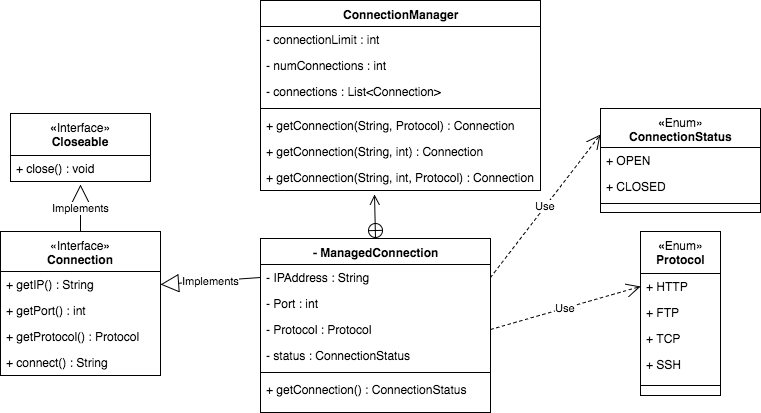
The draw.io diagram Inner_Classes_Lab_Group_UML.png in jasquier/Java-Inner-Classes, before a commit. Source tidied: cells renumbered, new cells last; positions are measured from the earlier drawing's top-left corner, leaving out a move shared by most shapes.
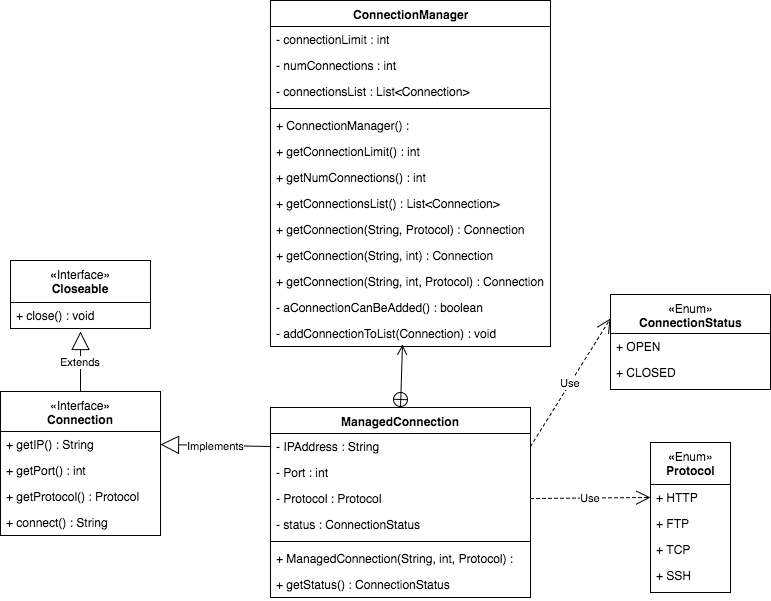
Later version of the same file.

Change to the diagram source:
```diff
@@ -1,9 +1,9 @@
-<mxGraphModel background="#ffffff">
+<mxGraphModel>
   <root>
     <mxCell id="0" />
     <mxCell id="1" parent="0" />
     <mxCell id="2" value="&lt;span style=&quot;font-weight: normal&quot;&gt;«Interface»&lt;/span&gt;&lt;div&gt;Connection&lt;/div&gt;" style="swimlane;html=1;fontStyle=1;align=center;verticalAlign=top;horizontal=1;startSize=40;swimlaneFillColor=#ffffff;" parent="1" vertex="1">
-      <mxGeometry y="231" width="160" height="144" as="geometry" />
+      <mxGeometry x="-10" y="391" width="160" height="144" as="geometry" />
     </mxCell>
     <mxCell id="3" value="+ getIP() : String" style="text;html=1;strokeColor=none;fillColor=none;align=left;verticalAlign=top;spacingLeft=4;spacingRight=4;whiteSpace=wrap;overflow=hidden;points=[[0,0.5],[1,0.5]];portConstraint=eastwest;" parent="2" vertex="1">
       <mxGeometry y="40" width="160" height="26" as="geometry" />
@@ -18,7 +18,7 @@
       <mxGeometry y="118" width="160" height="26" as="geometry" />
     </mxCell>
     <mxCell id="7" value="ConnectionManager" style="swimlane;html=1;fontStyle=1;align=center;verticalAlign=top;horizontal=1;startSize=26;swimlaneFillColor=#ffffff;" parent="1" vertex="1">
-      <mxGeometry x="260" width="280" height="190" as="geometry" />
+      <mxGeometry x="260" width="280" height="346" as="geometry" />
     </mxCell>
     <mxCell id="8" value="- connectionLimit : int" style="text;html=1;strokeColor=none;fillColor=none;align=left;verticalAlign=top;spacingLeft=4;spacingRight=4;whiteSpace=wrap;overflow=hidden;" parent="7" vertex="1">
       <mxGeometry y="26" width="280" height="26" as="geometry" />
@@ -26,50 +26,71 @@
     <mxCell id="9" value="- numConnections : int" style="text;html=1;strokeColor=none;fillColor=none;align=left;verticalAlign=top;spacingLeft=4;spacingRight=4;whiteSpace=wrap;overflow=hidden;" parent="7" vertex="1">
       <mxGeometry y="52" width="280" height="26" as="geometry" />
     </mxCell>
-    <mxCell id="10" value="- connections : List&amp;lt;Connection&amp;gt;" style="text;html=1;strokeColor=none;fillColor=none;align=left;verticalAlign=top;spacingLeft=4;spacingRight=4;whiteSpace=wrap;overflow=hidden;" parent="7" vertex="1">
+    <mxCell id="10" value="- connectionsList : List&amp;lt;Connection&amp;gt;" style="text;html=1;strokeColor=none;fillColor=none;align=left;verticalAlign=top;spacingLeft=4;spacingRight=4;whiteSpace=wrap;overflow=hidden;" parent="7" vertex="1">
       <mxGeometry y="78" width="280" height="26" as="geometry" />
     </mxCell>
     <mxCell id="11" style="line;html=1;strokeWidth=1;fillColor=none;align=left;verticalAlign=middle;spacingTop=-1;spacingLeft=3;spacingRight=3;labelPosition=right;" parent="7" vertex="1">
       <mxGeometry y="104" width="280" height="8" as="geometry" />
     </mxCell>
+    <mxCell id="39" value="+ ConnectionManager() :" style="text;html=1;strokeColor=none;fillColor=none;align=left;verticalAlign=top;spacingLeft=4;spacingRight=4;whiteSpace=wrap;overflow=hidden;" parent="7" vertex="1">
+      <mxGeometry y="112" width="280" height="26" as="geometry" />
+    </mxCell>
+    <mxCell id="40" value="+ getConnectionLimit() : int" style="text;html=1;strokeColor=none;fillColor=none;align=left;verticalAlign=top;spacingLeft=4;spacingRight=4;whiteSpace=wrap;overflow=hidden;" parent="7" vertex="1">
+      <mxGeometry y="138" width="280" height="26" as="geometry" />
+    </mxCell>
+    <mxCell id="41" value="+ getNumConnections() : int" style="text;html=1;strokeColor=none;fillColor=none;align=left;verticalAlign=top;spacingLeft=4;spacingRight=4;whiteSpace=wrap;overflow=hidden;" parent="7" vertex="1">
+      <mxGeometry y="164" width="280" height="26" as="geometry" />
+    </mxCell>
+    <mxCell id="42" value="+ getConnectionsList() : List&amp;lt;Connection&amp;gt;" style="text;html=1;strokeColor=none;fillColor=none;align=left;verticalAlign=top;spacingLeft=4;spacingRight=4;whiteSpace=wrap;overflow=hidden;" parent="7" vertex="1">
+      <mxGeometry y="190" width="280" height="26" as="geometry" />
+    </mxCell>
     <mxCell id="12" value="+ getConnection(String, Protocol) : Connection" style="text;html=1;strokeColor=none;fillColor=none;align=left;verticalAlign=top;spacingLeft=4;spacingRight=4;whiteSpace=wrap;overflow=hidden;" parent="7" vertex="1">
-      <mxGeometry y="112" width="280" height="26" as="geometry" />
+      <mxGeometry y="216" width="280" height="26" as="geometry" />
     </mxCell>
     <mxCell id="13" value="+ getConnection(String, int) : Connection" style="text;html=1;strokeColor=none;fillColor=none;align=left;verticalAlign=top;spacingLeft=4;spacingRight=4;whiteSpace=wrap;overflow=hidden;" parent="7" vertex="1">
-      <mxGeometry y="138" width="280" height="26" as="geometry" />
+      <mxGeometry y="242" width="280" height="26" as="geometry" />
     </mxCell>
     <mxCell id="14" value="+ getConnection(String, int, Protocol) : Connection" style="text;html=1;strokeColor=none;fillColor=none;align=left;verticalAlign=top;spacingLeft=4;spacingRight=4;whiteSpace=wrap;overflow=hidden;points=[[0,0.5],[1,0.5]];portConstraint=eastwest;" parent="7" vertex="1">
-      <mxGeometry y="164" width="280" height="26" as="geometry" />
+      <mxGeometry y="268" width="280" height="26" as="geometry" />
     </mxCell>
+    <mxCell id="43" value="- aConnectionCanBeAdded() : boolean" style="text;html=1;strokeColor=none;fillColor=none;align=left;verticalAlign=top;spacingLeft=4;spacingRight=4;whiteSpace=wrap;overflow=hidden;" parent="7" vertex="1">
+      <mxGeometry y="294" width="280" height="26" as="geometry" />
+    </mxCell>
+    <mxCell id="44" value="- addConnectionToList(Connection) : void" style="text;html=1;strokeColor=none;fillColor=none;align=left;verticalAlign=top;spacingLeft=4;spacingRight=4;whiteSpace=wrap;overflow=hidden;points=[[0,0.5],[1,0.5]];portConstraint=eastwest;" parent="7" vertex="1">
+      <mxGeometry y="320" width="280" height="26" as="geometry" />
+    </mxCell>
-    <mxCell id="15" value="- ManagedConnection" style="swimlane;html=1;fontStyle=1;align=center;verticalAlign=top;horizontal=1;startSize=26;swimlaneFillColor=#ffffff;" parent="1" vertex="1">
-      <mxGeometry x="260" y="238" width="230" height="174" as="geometry" />
+    <mxCell id="15" value="ManagedConnection" style="swimlane;html=1;fontStyle=1;align=center;verticalAlign=top;horizontal=1;startSize=26;swimlaneFillColor=#ffffff;" parent="1" vertex="1">
+      <mxGeometry x="260" y="407" width="260" height="190" as="geometry" />
     </mxCell>
     <mxCell id="16" value="- IPAddress : String" style="text;html=1;strokeColor=none;fillColor=none;align=left;verticalAlign=top;spacingLeft=4;spacingRight=4;whiteSpace=wrap;overflow=hidden;points=[[0,0.5],[1,0.5]];portConstraint=eastwest;" parent="15" vertex="1">
-      <mxGeometry y="26" width="230" height="26" as="geometry" />
+      <mxGeometry y="26" width="260" height="26" as="geometry" />
     </mxCell>
     <mxCell id="17" value="- Port : int" style="text;html=1;strokeColor=none;fillColor=none;align=left;verticalAlign=top;spacingLeft=4;spacingRight=4;whiteSpace=wrap;overflow=hidden;" parent="15" vertex="1">
-      <mxGeometry y="52" width="230" height="26" as="geometry" />
+      <mxGeometry y="52" width="260" height="26" as="geometry" />
     </mxCell>
     <mxCell id="18" value="- Protocol : Protocol" style="text;html=1;strokeColor=none;fillColor=none;align=left;verticalAlign=top;spacingLeft=4;spacingRight=4;whiteSpace=wrap;overflow=hidden;points=[[0,0.5],[1,0.5]];portConstraint=eastwest;" parent="15" vertex="1">
-      <mxGeometry y="78" width="230" height="26" as="geometry" />
+      <mxGeometry y="78" width="260" height="26" as="geometry" />
     </mxCell>
     <mxCell id="19" value="- status : ConnectionStatus" style="text;html=1;strokeColor=none;fillColor=none;align=left;verticalAlign=top;spacingLeft=4;spacingRight=4;whiteSpace=wrap;overflow=hidden;" parent="15" vertex="1">
-      <mxGeometry y="104" width="230" height="26" as="geometry" />
+      <mxGeometry y="104" width="260" height="26" as="geometry" />
     </mxCell>
     <mxCell id="20" style="line;html=1;strokeWidth=1;fillColor=none;align=left;verticalAlign=middle;spacingTop=-1;spacingLeft=3;spacingRight=3;labelPosition=right;" parent="15" vertex="1">
-      <mxGeometry y="130" width="230" height="8" as="geometry" />
+      <mxGeometry y="130" width="260" height="8" as="geometry" />
     </mxCell>
-    <mxCell id="21" value="+ getConnection() : ConnectionStatus" style="text;html=1;strokeColor=none;fillColor=none;align=left;verticalAlign=top;spacingLeft=4;spacingRight=4;whiteSpace=wrap;overflow=hidden;" parent="15" vertex="1">
-      <mxGeometry y="138" width="230" height="26" as="geometry" />
-    </mxCell>
+    <mxCell id="45" value="+ ManagedConnection(String, int, Protocol) :&amp;nbsp;" style="text;html=1;strokeColor=none;fillColor=none;align=left;verticalAlign=top;spacingLeft=4;spacingRight=4;whiteSpace=wrap;overflow=hidden;" parent="15" vertex="1">
+      <mxGeometry y="138" width="260" height="26" as="geometry" />
+    </mxCell>
+    <mxCell id="46" value="+ getStatus() : ConnectionStatus" style="text;html=1;strokeColor=none;fillColor=none;align=left;verticalAlign=top;spacingLeft=4;spacingRight=4;whiteSpace=wrap;overflow=hidden;" parent="15" vertex="1">
+      <mxGeometry y="164" width="260" height="26" as="geometry" />
+    </mxCell>
-    <mxCell id="22" style="endArrow=open;startArrow=circlePlus;endFill=0;startFill=0;endSize=8;html=1;exitX=0.5;exitY=0;entryX=0.407;entryY=1.154;entryPerimeter=0;" parent="1" edge="1" source="15" target="14">
+    <mxCell id="22" style="endArrow=open;startArrow=circlePlus;endFill=0;startFill=0;endSize=8;html=1;exitX=0.5;exitY=0;entryX=0.471;entryY=0.923;entryPerimeter=0;" parent="1" edge="1" source="15" target="44">
       <mxGeometry relative="1" as="geometry" />
     </mxCell>
     <mxCell id="23" value="Implements" style="endArrow=block;endSize=16;endFill=0;html=1;entryX=1;entryY=0.5;exitX=0;exitY=0.5;" parent="1" edge="1" source="16" target="3">
       <mxGeometry relative="1" as="geometry" />
     </mxCell>
     <mxCell id="24" value="«&lt;span style=&quot;font-weight: normal&quot;&gt;Enum»&lt;/span&gt;&lt;div&gt;Protocol&lt;/div&gt;" style="swimlane;html=1;fontStyle=1;align=center;verticalAlign=top;horizontal=1;startSize=42;swimlaneFillColor=#ffffff;" parent="1" vertex="1">
-      <mxGeometry x="640" y="231" width="80" height="164" as="geometry" />
+      <mxGeometry x="640" y="442" width="80" height="150" as="geometry" />
     </mxCell>
     <mxCell id="25" value="+ HTTP" style="text;html=1;strokeColor=none;fillColor=none;align=left;verticalAlign=top;spacingLeft=4;spacingRight=4;whiteSpace=wrap;overflow=hidden;points=[[0,0.5],[1,0.5]];portConstraint=eastwest;" parent="24" vertex="1">
       <mxGeometry y="42" width="80" height="26" as="geometry" />
@@ -83,23 +104,20 @@
     <mxCell id="28" value="+ SSH" style="text;html=1;strokeColor=none;fillColor=none;align=left;verticalAlign=top;spacingLeft=4;spacingRight=4;whiteSpace=wrap;overflow=hidden;" parent="24" vertex="1">
       <mxGeometry y="120" width="80" height="30" as="geometry" />
     </mxCell>
-    <mxCell id="29" style="line;html=1;strokeWidth=1;fillColor=none;align=left;verticalAlign=middle;spacingTop=-1;spacingLeft=3;spacingRight=3;labelPosition=right;" parent="24" vertex="1">
-      <mxGeometry y="150" width="80" height="8" as="geometry" />
-    </mxCell>
     <mxCell id="30" value="«&lt;span style=&quot;font-weight: normal&quot;&gt;Interface»&lt;/span&gt;&lt;div&gt;Closeable&lt;/div&gt;" style="swimlane;html=1;fontStyle=1;align=center;verticalAlign=top;horizontal=1;startSize=42;swimlaneFillColor=#ffffff;" parent="1" vertex="1">
-      <mxGeometry x="10" y="113" width="140" height="68" as="geometry" />
+      <mxGeometry y="260" width="140" height="68" as="geometry" />
     </mxCell>
     <mxCell id="31" value="+ close() : void" style="text;html=1;strokeColor=none;fillColor=none;align=left;verticalAlign=top;spacingLeft=4;spacingRight=4;whiteSpace=wrap;overflow=hidden;points=[[0,0.5],[1,0.5]];portConstraint=eastwest;" parent="30" vertex="1">
       <mxGeometry y="42" width="140" height="26" as="geometry" />
     </mxCell>
-    <mxCell id="32" value="Implements" style="endArrow=block;endSize=16;endFill=0;html=1;exitX=0.5;exitY=0;entryX=0.5;entryY=1.115;entryPerimeter=0;" parent="1" edge="1" source="2" target="31">
+    <mxCell id="32" value="Extends" style="endArrow=block;endSize=16;endFill=0;html=1;exitX=0.5;exitY=0;entryX=0.5;entryY=1.115;entryPerimeter=0;" parent="1" edge="1" source="2" target="31">
       <mxGeometry relative="1" as="geometry" />
     </mxCell>
     <mxCell id="33" value="Use" style="endArrow=open;endSize=12;dashed=1;html=1;exitX=1;exitY=0.5;entryX=0;entryY=0.5;" parent="1" edge="1" source="18" target="25">
       <mxGeometry relative="1" as="geometry" />
     </mxCell>
     <mxCell id="34" value="«&lt;span style=&quot;font-weight: normal&quot;&gt;Enum»&lt;/span&gt;&lt;div&gt;ConnectionStatus&lt;/div&gt;" style="swimlane;html=1;fontStyle=1;align=center;verticalAlign=top;horizontal=1;startSize=39;swimlaneFillColor=#ffffff;" parent="1" vertex="1">
-      <mxGeometry x="600" y="108" width="160" height="104" as="geometry" />
+      <mxGeometry x="600" y="294" width="160" height="95" as="geometry" />
     </mxCell>
     <mxCell id="35" value="+ OPEN" style="text;html=1;strokeColor=none;fillColor=none;align=left;verticalAlign=top;spacingLeft=4;spacingRight=4;whiteSpace=wrap;overflow=hidden;" parent="34" vertex="1">
       <mxGeometry y="39" width="160" height="26" as="geometry" />
@@ -107,9 +125,6 @@
     <mxCell id="36" value="+ CLOSED" style="text;html=1;strokeColor=none;fillColor=none;align=left;verticalAlign=top;spacingLeft=4;spacingRight=4;whiteSpace=wrap;overflow=hidden;" parent="34" vertex="1">
       <mxGeometry y="65" width="160" height="26" as="geometry" />
     </mxCell>
-    <mxCell id="37" style="line;html=1;strokeWidth=1;fillColor=none;align=left;verticalAlign=middle;spacingTop=-1;spacingLeft=3;spacingRight=3;labelPosition=right;" parent="34" vertex="1">
-      <mxGeometry y="91" width="160" height="8" as="geometry" />
-    </mxCell>
     <mxCell id="38" value="Use" style="endArrow=open;endSize=12;dashed=1;html=1;exitX=1;exitY=0.5;entryX=0;entryY=0.25;" parent="1" edge="1" source="16" target="34">
       <mxGeometry relative="1" as="geometry" />
     </mxCell>
```
